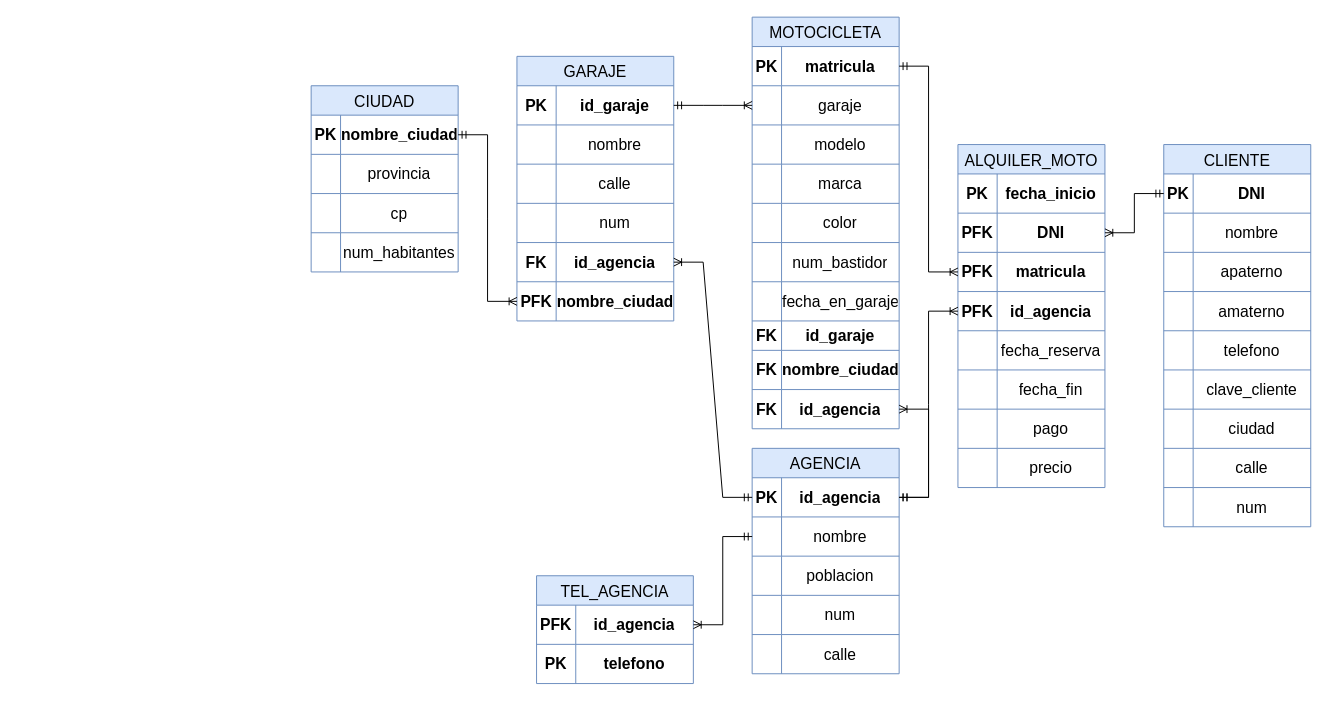
This is Modelo Fisico Motocicletas TBD.drawio from misiomishi/itcj, a draw.io file, before an edit. Source tidied: cells renumbered, new cells numbered last; positions are measured from the earlier drawing's top-left corner, leaving out a move shared by most shapes. Both pictures are drawn from the tidied source at 98%, with x=0, y=0 at pixel (311, 17).
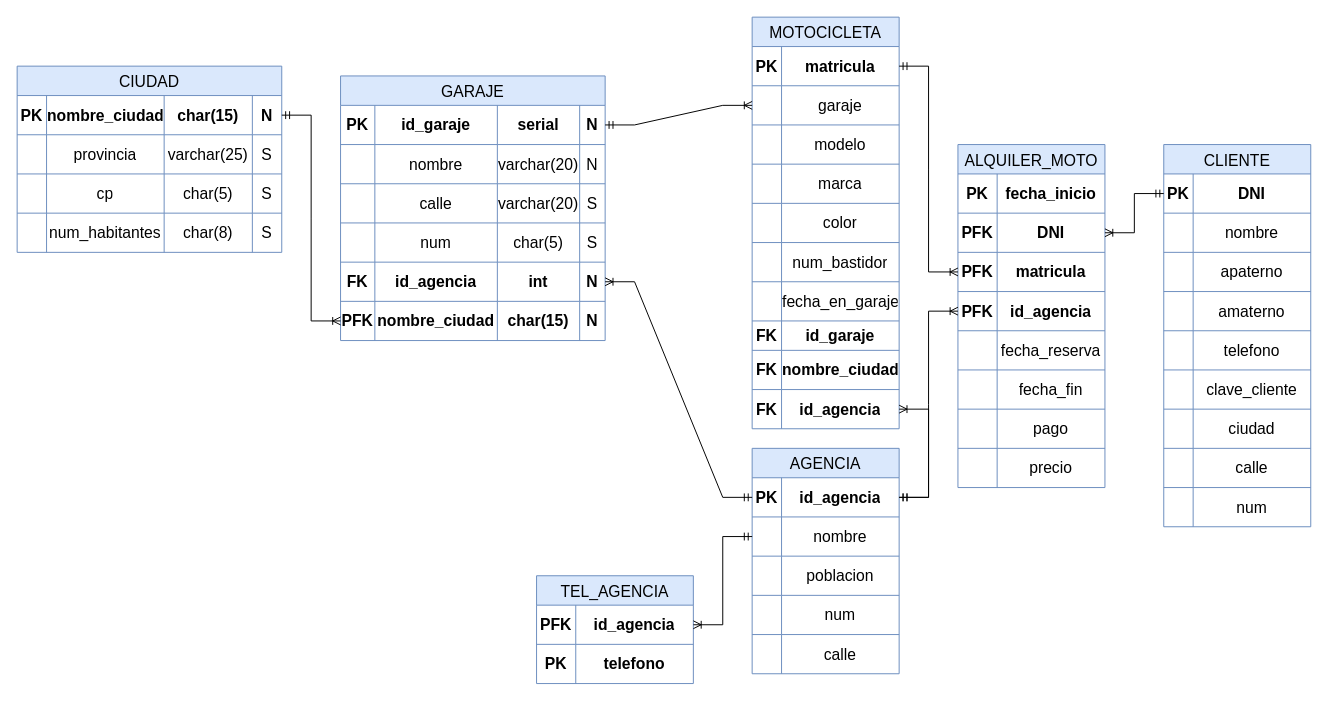
The same diagram, later.

What changed in the source:
```diff
@@
     <mxCell id="2" value="CIUDAD" style="shape=table;startSize=30;childLayout=tableLayout;strokeColor=#6c8ebf;fontSize=16;fillColor=#dae8fc;" parent="1" vertex="1">
-      <mxGeometry y="70" width="150" height="190" as="geometry" />
+      <mxGeometry x="-300" y="50" width="270" height="190" as="geometry" />
     </mxCell>
     <mxCell id="3" style="shape=tableRow;horizontal=0;startSize=0;swimlaneHead=0;swimlaneBody=0;strokeColor=inherit;top=0;left=0;bottom=0;right=0;fillColor=none;points=[[0,0.5],[1,0.5]];portConstraint=eastwest;fontSize=16;" parent="2" vertex="1">
-      <mxGeometry y="30" width="150" height="40" as="geometry" />
+      <mxGeometry y="30" width="270" height="40" as="geometry" />
     </mxCell>
@@
+    <mxCell id="149" value="char(15)" style="shape=partialRectangle;html=1;whiteSpace=wrap;strokeColor=inherit;overflow=hidden;fillColor=none;top=0;left=0;bottom=0;right=0;fontSize=16;fontStyle=1;" parent="3" vertex="1">
+      <mxGeometry x="150" width="90" height="40" as="geometry" />
+    </mxCell>
+    <mxCell id="150" value="N" style="shape=partialRectangle;html=1;whiteSpace=wrap;strokeColor=inherit;overflow=hidden;fillColor=none;top=0;left=0;bottom=0;right=0;fontSize=16;fontStyle=1;" parent="3" vertex="1">
+      <mxGeometry x="240" width="30" height="40" as="geometry" />
+    </mxCell>
     <mxCell id="6" style="shape=tableRow;horizontal=0;startSize=0;swimlaneHead=0;swimlaneBody=0;strokeColor=inherit;top=0;left=0;bottom=0;right=0;fillColor=none;fontSize=16;" parent="2" vertex="1">
-      <mxGeometry y="70" width="150" height="40" as="geometry" />
+      <mxGeometry y="70" width="270" height="40" as="geometry" />
     </mxCell>
@@
+    <mxCell id="151" value="varchar(25)" style="shape=partialRectangle;html=1;whiteSpace=wrap;strokeColor=inherit;overflow=hidden;fillColor=none;top=0;left=0;bottom=0;right=0;fontSize=16;" parent="6" vertex="1">
+      <mxGeometry x="150" width="90" height="40" as="geometry" />
+    </mxCell>
+    <mxCell id="152" value="S" style="shape=partialRectangle;html=1;whiteSpace=wrap;strokeColor=inherit;overflow=hidden;fillColor=none;top=0;left=0;bottom=0;right=0;fontSize=16;" parent="6" vertex="1">
+      <mxGeometry x="240" width="30" height="40" as="geometry" />
+    </mxCell>
     <mxCell id="9" style="shape=tableRow;horizontal=0;startSize=0;swimlaneHead=0;swimlaneBody=0;strokeColor=inherit;top=0;left=0;bottom=0;right=0;fillColor=none;fontSize=16;" parent="2" vertex="1">
-      <mxGeometry y="110" width="150" height="40" as="geometry" />
+      <mxGeometry y="110" width="270" height="40" as="geometry" />
     </mxCell>
@@
+    <mxCell id="153" value="char(5)" style="shape=partialRectangle;html=1;whiteSpace=wrap;strokeColor=inherit;overflow=hidden;fillColor=none;top=0;left=0;bottom=0;right=0;fontSize=16;" parent="9" vertex="1">
+      <mxGeometry x="150" width="90" height="40" as="geometry" />
+    </mxCell>
+    <mxCell id="154" value="S" style="shape=partialRectangle;html=1;whiteSpace=wrap;strokeColor=inherit;overflow=hidden;fillColor=none;top=0;left=0;bottom=0;right=0;fontSize=16;" parent="9" vertex="1">
+      <mxGeometry x="240" width="30" height="40" as="geometry" />
+    </mxCell>
     <mxCell id="12" style="shape=tableRow;horizontal=0;startSize=0;swimlaneHead=0;swimlaneBody=0;strokeColor=inherit;top=0;left=0;bottom=0;right=0;fillColor=none;fontSize=16;" parent="2" vertex="1">
-      <mxGeometry y="150" width="150" height="40" as="geometry" />
+      <mxGeometry y="150" width="270" height="40" as="geometry" />
     </mxCell>
@@
+    <mxCell id="155" value="char(8)" style="shape=partialRectangle;html=1;whiteSpace=wrap;strokeColor=inherit;overflow=hidden;fillColor=none;top=0;left=0;bottom=0;right=0;fontSize=16;" parent="12" vertex="1">
+      <mxGeometry x="150" width="90" height="40" as="geometry" />
+    </mxCell>
+    <mxCell id="156" value="S" style="shape=partialRectangle;html=1;whiteSpace=wrap;strokeColor=inherit;overflow=hidden;fillColor=none;top=0;left=0;bottom=0;right=0;fontSize=16;" parent="12" vertex="1">
+      <mxGeometry x="240" width="30" height="40" as="geometry" />
+    </mxCell>
@@
     <mxCell id="90" value="GARAJE" style="shape=table;startSize=30;childLayout=tableLayout;strokeColor=#6c8ebf;fontSize=16;fillColor=#dae8fc;" parent="1" vertex="1">
-      <mxGeometry x="210" y="40" width="160" height="270" as="geometry" />
+      <mxGeometry x="30" y="60" width="270" height="270" as="geometry" />
     </mxCell>
     <mxCell id="91" style="shape=tableRow;horizontal=0;startSize=0;swimlaneHead=0;swimlaneBody=0;strokeColor=inherit;top=0;left=0;bottom=0;right=0;fillColor=none;points=[[0,0.5],[1,0.5]];portConstraint=eastwest;fontSize=16;" parent="90" vertex="1">
-      <mxGeometry y="30" width="160" height="40" as="geometry" />
+      <mxGeometry y="30" width="270" height="40" as="geometry" />
     </mxCell>
     <mxCell id="92" value="PK" style="shape=partialRectangle;html=1;whiteSpace=wrap;strokeColor=inherit;overflow=hidden;fillColor=none;top=0;left=0;bottom=0;right=0;fontSize=16;fontStyle=1;" parent="91" vertex="1">
-      <mxGeometry width="40" height="40" as="geometry" />
+      <mxGeometry width="35" height="40" as="geometry" />
     </mxCell>
     <mxCell id="93" value="id_garaje" style="shape=partialRectangle;html=1;whiteSpace=wrap;strokeColor=inherit;overflow=hidden;fillColor=none;top=0;left=0;bottom=0;right=0;fontSize=16;fontStyle=1;" parent="91" vertex="1">
-      <mxGeometry x="40" width="120" height="40" as="geometry" />
+      <mxGeometry x="35" width="125" height="40" as="geometry" />
     </mxCell>
+    <mxCell id="157" value="serial" style="shape=partialRectangle;html=1;whiteSpace=wrap;strokeColor=inherit;overflow=hidden;fillColor=none;top=0;left=0;bottom=0;right=0;fontSize=16;fontStyle=1;" parent="91" vertex="1">
+      <mxGeometry x="160" width="84" height="40" as="geometry" />
+    </mxCell>
+    <mxCell id="158" value="N" style="shape=partialRectangle;html=1;whiteSpace=wrap;strokeColor=inherit;overflow=hidden;fillColor=none;top=0;left=0;bottom=0;right=0;fontSize=16;fontStyle=1;" parent="91" vertex="1">
+      <mxGeometry x="244" width="26" height="40" as="geometry" />
+    </mxCell>
     <mxCell id="94" style="shape=tableRow;horizontal=0;startSize=0;swimlaneHead=0;swimlaneBody=0;strokeColor=inherit;top=0;left=0;bottom=0;right=0;fillColor=none;fontSize=16;" parent="90" vertex="1">
-      <mxGeometry y="70" width="160" height="40" as="geometry" />
+      <mxGeometry y="70" width="270" height="40" as="geometry" />
     </mxCell>
     <mxCell id="95" style="shape=partialRectangle;html=1;whiteSpace=wrap;strokeColor=inherit;overflow=hidden;fillColor=none;top=0;left=0;bottom=0;right=0;fontSize=16;" parent="94" vertex="1">
-      <mxGeometry width="40" height="40" as="geometry" />
+      <mxGeometry width="35" height="40" as="geometry" />
     </mxCell>
     <mxCell id="96" value="nombre" style="shape=partialRectangle;html=1;whiteSpace=wrap;strokeColor=inherit;overflow=hidden;fillColor=none;top=0;left=0;bottom=0;right=0;fontSize=16;" parent="94" vertex="1">
-      <mxGeometry x="40" width="120" height="40" as="geometry" />
+      <mxGeometry x="35" width="125" height="40" as="geometry" />
     </mxCell>
+    <mxCell id="159" value="varchar(20)" style="shape=partialRectangle;html=1;whiteSpace=wrap;strokeColor=inherit;overflow=hidden;fillColor=none;top=0;left=0;bottom=0;right=0;fontSize=16;" parent="94" vertex="1">
+      <mxGeometry x="160" width="84" height="40" as="geometry" />
+    </mxCell>
+    <mxCell id="160" value="N" style="shape=partialRectangle;html=1;whiteSpace=wrap;strokeColor=inherit;overflow=hidden;fillColor=none;top=0;left=0;bottom=0;right=0;fontSize=16;" parent="94" vertex="1">
+      <mxGeometry x="244" width="26" height="40" as="geometry" />
+    </mxCell>
     <mxCell id="97" style="shape=tableRow;horizontal=0;startSize=0;swimlaneHead=0;swimlaneBody=0;strokeColor=inherit;top=0;left=0;bottom=0;right=0;fillColor=none;fontSize=16;" parent="90" vertex="1">
-      <mxGeometry y="110" width="160" height="40" as="geometry" />
+      <mxGeometry y="110" width="270" height="40" as="geometry" />
     </mxCell>
     <mxCell id="98" style="shape=partialRectangle;html=1;whiteSpace=wrap;strokeColor=inherit;overflow=hidden;fillColor=none;top=0;left=0;bottom=0;right=0;fontSize=16;" parent="97" vertex="1">
-      <mxGeometry width="40" height="40" as="geometry" />
+      <mxGeometry width="35" height="40" as="geometry" />
     </mxCell>
     <mxCell id="99" value="calle" style="shape=partialRectangle;html=1;whiteSpace=wrap;strokeColor=inherit;overflow=hidden;fillColor=none;top=0;left=0;bottom=0;right=0;fontSize=16;" parent="97" vertex="1">
-      <mxGeometry x="40" width="120" height="40" as="geometry" />
+      <mxGeometry x="35" width="125" height="40" as="geometry" />
     </mxCell>
+    <mxCell id="161" value="varchar(20)" style="shape=partialRectangle;html=1;whiteSpace=wrap;strokeColor=inherit;overflow=hidden;fillColor=none;top=0;left=0;bottom=0;right=0;fontSize=16;" parent="97" vertex="1">
+      <mxGeometry x="160" width="84" height="40" as="geometry" />
+    </mxCell>
+    <mxCell id="162" value="S" style="shape=partialRectangle;html=1;whiteSpace=wrap;strokeColor=inherit;overflow=hidden;fillColor=none;top=0;left=0;bottom=0;right=0;fontSize=16;" parent="97" vertex="1">
+      <mxGeometry x="244" width="26" height="40" as="geometry" />
+    </mxCell>
     <mxCell id="100" style="shape=tableRow;horizontal=0;startSize=0;swimlaneHead=0;swimlaneBody=0;strokeColor=inherit;top=0;left=0;bottom=0;right=0;fillColor=none;fontSize=16;" parent="90" vertex="1">
-      <mxGeometry y="150" width="160" height="40" as="geometry" />
+      <mxGeometry y="150" width="270" height="40" as="geometry" />
     </mxCell>
     <mxCell id="101" style="shape=partialRectangle;html=1;whiteSpace=wrap;strokeColor=inherit;overflow=hidden;fillColor=none;top=0;left=0;bottom=0;right=0;fontSize=16;" parent="100" vertex="1">
-      <mxGeometry width="40" height="40" as="geometry" />
+      <mxGeometry width="35" height="40" as="geometry" />
     </mxCell>
     <mxCell id="102" value="num" style="shape=partialRectangle;html=1;whiteSpace=wrap;strokeColor=inherit;overflow=hidden;fillColor=none;top=0;left=0;bottom=0;right=0;fontSize=16;" parent="100" vertex="1">
-      <mxGeometry x="40" width="120" height="40" as="geometry" />
+      <mxGeometry x="35" width="125" height="40" as="geometry" />
     </mxCell>
+    <mxCell id="163" value="char(5)" style="shape=partialRectangle;html=1;whiteSpace=wrap;strokeColor=inherit;overflow=hidden;fillColor=none;top=0;left=0;bottom=0;right=0;fontSize=16;" parent="100" vertex="1">
+      <mxGeometry x="160" width="84" height="40" as="geometry" />
+    </mxCell>
+    <mxCell id="164" value="S" style="shape=partialRectangle;html=1;whiteSpace=wrap;strokeColor=inherit;overflow=hidden;fillColor=none;top=0;left=0;bottom=0;right=0;fontSize=16;" parent="100" vertex="1">
+      <mxGeometry x="244" width="26" height="40" as="geometry" />
+    </mxCell>
     <mxCell id="103" style="shape=tableRow;horizontal=0;startSize=0;swimlaneHead=0;swimlaneBody=0;strokeColor=inherit;top=0;left=0;bottom=0;right=0;fillColor=none;points=[[0,0.5],[1,0.5]];portConstraint=eastwest;fontSize=16;fontStyle=1;" parent="90" vertex="1">
-      <mxGeometry y="190" width="160" height="40" as="geometry" />
+      <mxGeometry y="190" width="270" height="40" as="geometry" />
     </mxCell>
     <mxCell id="104" value="FK" style="shape=partialRectangle;html=1;whiteSpace=wrap;strokeColor=inherit;overflow=hidden;fillColor=none;top=0;left=0;bottom=0;right=0;fontSize=16;fontStyle=1;" parent="103" vertex="1">
-      <mxGeometry width="40" height="40" as="geometry" />
+      <mxGeometry width="35" height="40" as="geometry" />
     </mxCell>
     <mxCell id="105" value="id_agencia" style="shape=partialRectangle;html=1;whiteSpace=wrap;strokeColor=inherit;overflow=hidden;fillColor=none;top=0;left=0;bottom=0;right=0;fontSize=16;fontStyle=1;" parent="103" vertex="1">
-      <mxGeometry x="40" width="120" height="40" as="geometry" />
+      <mxGeometry x="35" width="125" height="40" as="geometry" />
     </mxCell>
+    <mxCell id="165" value="int" style="shape=partialRectangle;html=1;whiteSpace=wrap;strokeColor=inherit;overflow=hidden;fillColor=none;top=0;left=0;bottom=0;right=0;fontSize=16;fontStyle=1;" parent="103" vertex="1">
+      <mxGeometry x="160" width="84" height="40" as="geometry" />
+    </mxCell>
+    <mxCell id="166" value="N" style="shape=partialRectangle;html=1;whiteSpace=wrap;strokeColor=inherit;overflow=hidden;fillColor=none;top=0;left=0;bottom=0;right=0;fontSize=16;fontStyle=1;" parent="103" vertex="1">
+      <mxGeometry x="244" width="26" height="40" as="geometry" />
+    </mxCell>
     <mxCell id="106" style="shape=tableRow;horizontal=0;startSize=0;swimlaneHead=0;swimlaneBody=0;strokeColor=inherit;top=0;left=0;bottom=0;right=0;fillColor=none;points=[[0,0.5],[1,0.5]];portConstraint=eastwest;fontSize=16;fontStyle=1;" parent="90" vertex="1">
-      <mxGeometry y="230" width="160" height="40" as="geometry" />
+      <mxGeometry y="230" width="270" height="40" as="geometry" />
     </mxCell>
     <mxCell id="107" value="PFK" style="shape=partialRectangle;html=1;whiteSpace=wrap;strokeColor=inherit;overflow=hidden;fillColor=none;top=0;left=0;bottom=0;right=0;fontSize=16;fontStyle=1;" parent="106" vertex="1">
-      <mxGeometry width="40" height="40" as="geometry" />
+      <mxGeometry width="35" height="40" as="geometry" />
     </mxCell>
     <mxCell id="108" value="nombre_ciudad" style="shape=partialRectangle;html=1;whiteSpace=wrap;strokeColor=inherit;overflow=hidden;fillColor=none;top=0;left=0;bottom=0;right=0;fontSize=16;fontStyle=1;" parent="106" vertex="1">
-      <mxGeometry x="40" width="120" height="40" as="geometry" />
+      <mxGeometry x="35" width="125" height="40" as="geometry" />
     </mxCell>
+    <mxCell id="167" value="char(15)" style="shape=partialRectangle;html=1;whiteSpace=wrap;strokeColor=inherit;overflow=hidden;fillColor=none;top=0;left=0;bottom=0;right=0;fontSize=16;fontStyle=1;" parent="106" vertex="1">
+      <mxGeometry x="160" width="84" height="40" as="geometry" />
+    </mxCell>
+    <mxCell id="168" value="N" style="shape=partialRectangle;html=1;whiteSpace=wrap;strokeColor=inherit;overflow=hidden;fillColor=none;top=0;left=0;bottom=0;right=0;fontSize=16;fontStyle=1;" parent="106" vertex="1">
+      <mxGeometry x="244" width="26" height="40" as="geometry" />
+    </mxCell>
```
